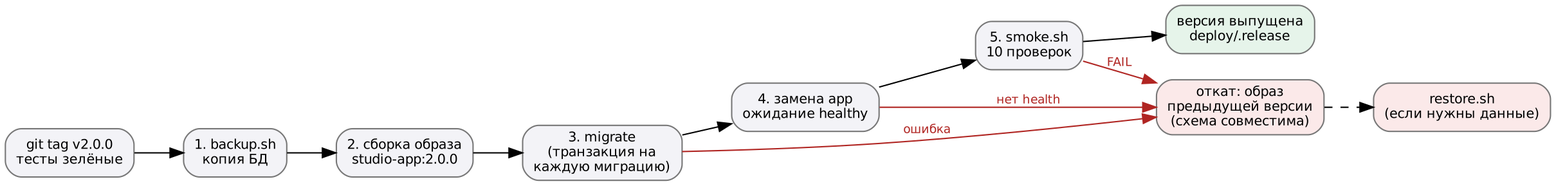
Above: docs/diagrams/release.png in Nekithogogo/spo (Graphviz), before the change. Its source is kept beside it as docs/diagrams/release.dot. Its diagram source:
```dot
digraph R {
  rankdir=LR; fontname="DejaVu Sans"; node [fontname="DejaVu Sans", fontsize=10, shape=box, style="rounded,filled", fillcolor="#f3f3f7", color="#777777"]; edge [fontname="DejaVu Sans", fontsize=9];
  tag [label="git tag v2.0.0\nтесты зелёные"]; b [label="1. backup.sh\nкопия БД"]; build [label="2. сборка образа\nstudio-app:2.0.0"];
  mig [label="3. migrate\n(транзакция на\nкаждую миграцию)"]; up [label="4. замена app\nожидание healthy"];
  smoke [label="5. smoke.sh\n10 проверок"]; ok [label="версия выпущена\ndeploy/.release", fillcolor="#e6f4ea"];
  rb [label="откат: образ\nпредыдущей версии\n(схема совместима)", fillcolor="#fbe9e9"]; rs [label="restore.sh\n(если нужны данные)", fillcolor="#fbe9e9"];
  tag -> b -> build -> mig -> up -> smoke -> ok [label=""];
  mig -> rb [label="ошибка", color="#b02522", fontcolor="#b02522"];
  up -> rb [label="нет health", color="#b02522", fontcolor="#b02522"];
  smoke -> rb [label="FAIL", color="#b02522", fontcolor="#b02522"];
  rb -> rs [style=dashed];
}
```
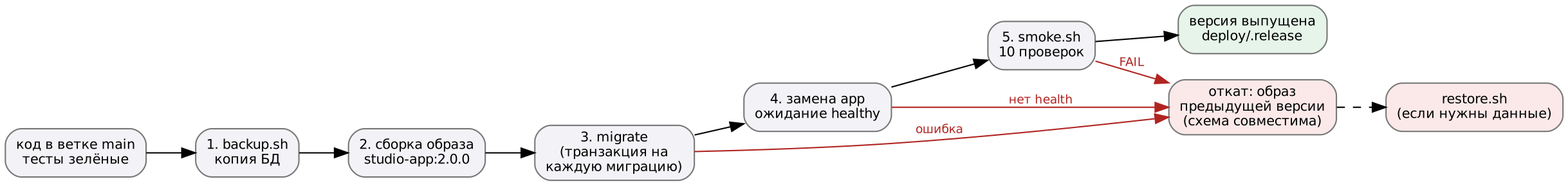
Later version of the same file.

Change to the diagram source:
```diff
@@ -1,6 +1,6 @@
 digraph R {
   rankdir=LR; fontname="DejaVu Sans"; node [fontname="DejaVu Sans", fontsize=10, shape=box, style="rounded,filled", fillcolor="#f3f3f7", color="#777777"]; edge [fontname="DejaVu Sans", fontsize=9];
-  tag [label="git tag v2.0.0\nтесты зелёные"]; b [label="1. backup.sh\nкопия БД"]; build [label="2. сборка образа\nstudio-app:2.0.0"];
+  tag [label="код в ветке main\nтесты зелёные"]; b [label="1. backup.sh\nкопия БД"]; build [label="2. сборка образа\nstudio-app:2.0.0"];
   mig [label="3. migrate\n(транзакция на\nкаждую миграцию)"]; up [label="4. замена app\nожидание healthy"];
   smoke [label="5. smoke.sh\n10 проверок"]; ok [label="версия выпущена\ndeploy/.release", fillcolor="#e6f4ea"];
   rb [label="откат: образ\nпредыдущей версии\n(схема совместима)", fillcolor="#fbe9e9"]; rs [label="restore.sh\n(если нужны данные)", fillcolor="#fbe9e9"];
```
